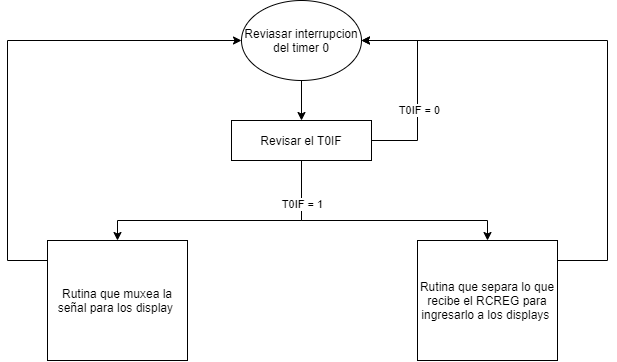
The draw.io diagram Diagrama timer0.png in gil19443/Progra_de_micros, before a commit. Source tidied: cells renumbered, new cells last; positions are measured from the earlier drawing's top-left corner, leaving out a move shared by most shapes.
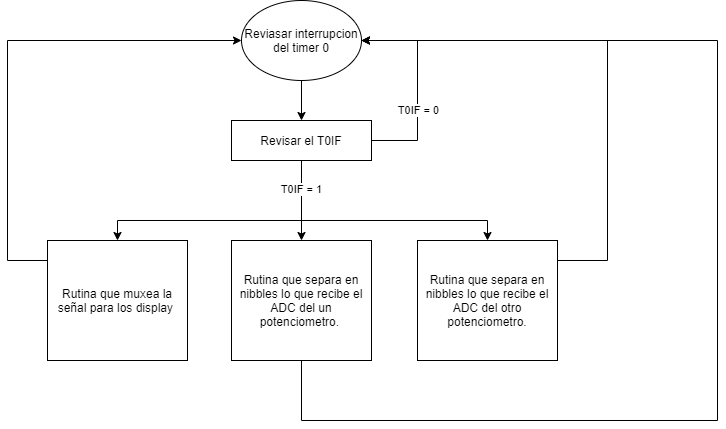
After the commit.

What changed in the source:
```diff
@@ -24,9 +24,6 @@
         </Array>
       </mxGeometry>
     </mxCell>
-    <mxCell id="6" value="T0IF = 1" style="edgeLabel;html=1;align=center;verticalAlign=middle;" parent="5" vertex="1">
-      <mxGeometry x="-0.67" relative="1" as="geometry" />
-    </mxCell>
     <mxCell id="7" style="edgeStyle=orthogonalEdgeStyle;rounded=0;jettySize=auto;html=1;entryX=1;entryY=0.5;entryDx=0;entryDy=0;" parent="1" edge="1" source="9" target="3">
       <mxGeometry relative="1" as="geometry">
         <Array as="points">
@@ -38,6 +35,12 @@
     <mxCell id="8" value="T0IF = 0" style="edgeLabel;html=1;align=center;verticalAlign=middle;" parent="7" vertex="1">
       <mxGeometry x="-0.24" y="-1" relative="1" as="geometry" />
     </mxCell>
+    <mxCell id="14" style="edgeStyle=orthogonalEdgeStyle;rounded=0;jettySize=auto;html=1;entryX=0.5;entryY=0;entryDx=0;entryDy=0;" parent="1" edge="1" source="9" target="16">
+      <mxGeometry relative="1" as="geometry" />
+    </mxCell>
+    <mxCell id="6" value="T0IF = 1" style="edgeLabel;html=1;align=center;verticalAlign=middle;" parent="14" vertex="1">
+      <mxGeometry x="-0.29" relative="1" as="geometry" />
+    </mxCell>
     <mxCell id="9" value="Revisar el T0IF" style="rounded=0;whiteSpace=wrap;html=1;" parent="1" vertex="1">
       <mxGeometry x="224" y="120" width="140" height="40" as="geometry" />
     </mxCell>
@@ -60,8 +63,20 @@
         </Array>
       </mxGeometry>
     </mxCell>
-    <mxCell id="13" value="Rutina que separa lo que recibe el RCREG para ingresarlo a los displays&amp;nbsp;" style="rounded=0;whiteSpace=wrap;html=1;" parent="1" vertex="1">
+    <mxCell id="13" value="Rutina que separa en nibbles lo que recibe el ADC del otro potenciometro." style="rounded=0;whiteSpace=wrap;html=1;" parent="1" vertex="1">
       <mxGeometry x="410" y="240" width="140" height="120" as="geometry" />
     </mxCell>
+    <mxCell id="15" style="edgeStyle=orthogonalEdgeStyle;rounded=0;jettySize=auto;html=1;entryX=1;entryY=0.5;entryDx=0;entryDy=0;" parent="1" edge="1" source="16" target="3">
+      <mxGeometry relative="1" as="geometry">
+        <Array as="points">
+          <mxPoint x="294" y="420" />
+          <mxPoint x="710" y="420" />
+          <mxPoint x="710" y="40" />
+        </Array>
+      </mxGeometry>
+    </mxCell>
+    <mxCell id="16" value="Rutina que separa en nibbles lo que recibe el ADC del un potenciometro.&amp;nbsp;" style="rounded=0;whiteSpace=wrap;html=1;" parent="1" vertex="1">
+      <mxGeometry x="224" y="240" width="140" height="120" as="geometry" />
+    </mxCell>
   </root>
 </mxGraphModel>
```
